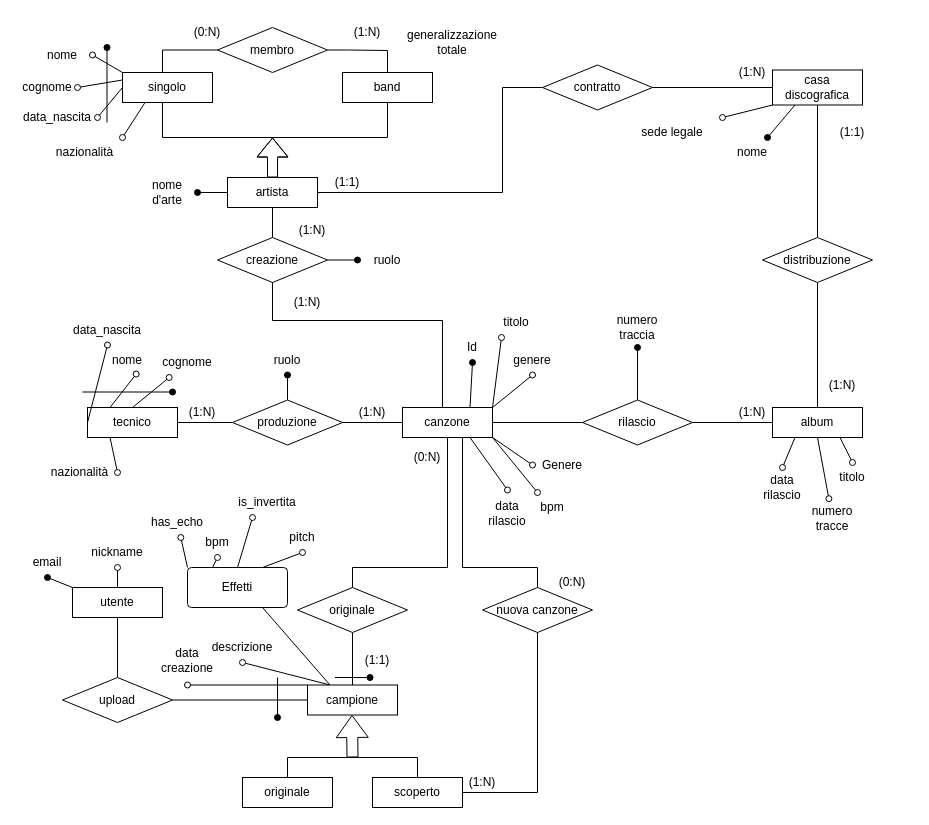
Stef4noo/materiale-progetto-basi keeps this draw.io diagram as diagramma er.drawio. Above is the earlier version. Source tidied: cells renumbered, new cells numbered last; positions are measured from the earlier drawing's top-left corner, leaving out a move shared by most shapes. Both pictures are drawn from the tidied source at 100%, with x=0, y=0 at pixel (17, 17).
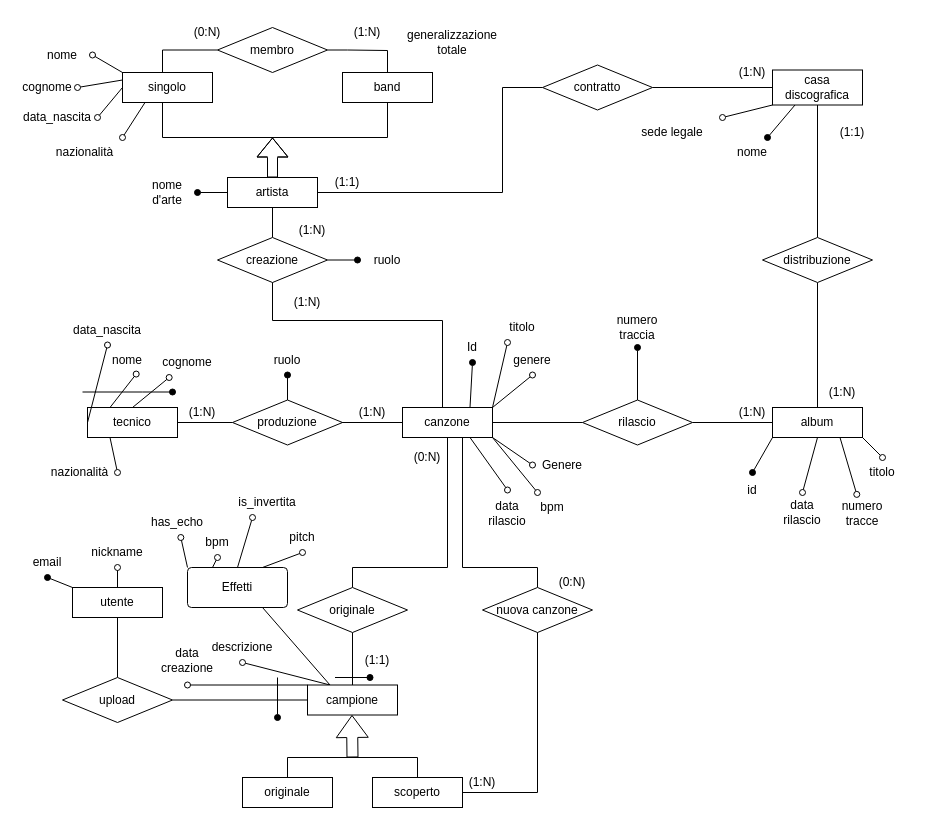
After the change.

The change refers to these unchanged cells:
```xml
<mxCell id="12" value="&lt;div&gt;album&lt;/div&gt;" style="whiteSpace=wrap;html=1;align=center;labelBackgroundColor=none;" parent="1" vertex="1">
  <mxGeometry x="755" y="390" width="90" height="30" as="geometry" />
</mxCell>
```

What changed in the source:
```diff
@@
-    <mxCell id="9" style="rounded=0;jettySize=auto;html=1;exitX=0.25;exitY=1;exitDx=0;exitDy=0;entryX=0.5;entryY=0;entryDx=0;entryDy=0;endArrow=oval;endFill=0;" parent="1" edge="1" source="12" target="119">
+    <mxCell id="9" style="rounded=0;jettySize=auto;html=1;exitX=0.5;exitY=1;exitDx=0;exitDy=0;entryX=0.5;entryY=0;entryDx=0;entryDy=0;endArrow=oval;endFill=0;" parent="1" edge="1" source="12" target="119">
       <mxGeometry relative="1" as="geometry" />
     </mxCell>
-    <mxCell id="10" style="rounded=0;jettySize=auto;html=1;exitX=0.75;exitY=1;exitDx=0;exitDy=0;entryX=0.5;entryY=0;entryDx=0;entryDy=0;endArrow=oval;endFill=0;" parent="1" edge="1" source="12" target="120">
+    <mxCell id="10" style="rounded=0;jettySize=auto;html=1;exitX=1;exitY=1;exitDx=0;exitDy=0;entryX=0.5;entryY=0;entryDx=0;entryDy=0;endArrow=oval;endFill=0;" parent="1" edge="1" source="12" target="120">
       <mxGeometry relative="1" as="geometry" />
     </mxCell>
-    <mxCell id="11" style="rounded=0;jettySize=auto;html=1;exitX=0.5;exitY=1;exitDx=0;exitDy=0;endArrow=oval;endFill=0;" parent="1" edge="1" source="12" target="127">
+    <mxCell id="11" style="rounded=0;jettySize=auto;html=1;exitX=0.75;exitY=1;exitDx=0;exitDy=0;endArrow=oval;endFill=0;" parent="1" edge="1" source="12" target="127">
       <mxGeometry relative="1" as="geometry" />
     </mxCell>
+    <mxCell id="128" style="rounded=0;jettySize=auto;html=1;exitX=0;exitY=1;exitDx=0;exitDy=0;endArrow=oval;endFill=1;entryX=0.5;entryY=0;entryDx=0;entryDy=0;" parent="1" edge="1" source="12" target="129">
+      <mxGeometry relative="1" as="geometry" />
+    </mxCell>
@@
     <mxCell id="78" value="(1:N)" style="text;html=1;whiteSpace=wrap;strokeColor=none;fillColor=none;align=center;verticalAlign=middle;rounded=0;" parent="1" vertex="1">
-      <mxGeometry x="795" y="352.5" width="60" height="30" as="geometry" />
+      <mxGeometry x="795" y="360" width="60" height="30" as="geometry" />
     </mxCell>
@@
     <mxCell id="99" value="titolo" style="text;html=1;whiteSpace=wrap;strokeColor=none;fillColor=none;align=center;verticalAlign=middle;rounded=0;" parent="1" vertex="1">
-      <mxGeometry x="469" y="290" width="60" height="30" as="geometry" />
+      <mxGeometry x="475" y="295" width="60" height="30" as="geometry" />
     </mxCell>
@@
     <mxCell id="119" value="data rilascio" style="text;html=1;whiteSpace=wrap;strokeColor=none;fillColor=none;align=center;verticalAlign=middle;rounded=0;" parent="1" vertex="1">
-      <mxGeometry x="735" y="450" width="60" height="40" as="geometry" />
+      <mxGeometry x="755" y="475" width="60" height="40" as="geometry" />
     </mxCell>
     <mxCell id="120" value="titolo" style="text;html=1;whiteSpace=wrap;strokeColor=none;fillColor=none;align=center;verticalAlign=middle;rounded=0;" parent="1" vertex="1">
-      <mxGeometry x="805" y="445" width="60" height="30" as="geometry" />
+      <mxGeometry x="835" y="440" width="60" height="30" as="geometry" />
     </mxCell>
@@
-    <mxCell id="125" style="rounded=0;orthogonalLoop=1;jettySize=auto;html=1;startArrow=oval;startFill=1;endArrow=none;endFill=0;" parent="1" edge="1">
-      <mxGeometry relative="1" as="geometry">
-        <mxPoint x="89.5" y="30" as="sourcePoint" />
-        <mxPoint x="89.5" y="105" as="targetPoint" />
-      </mxGeometry>
-    </mxCell>
@@
     <mxCell id="127" value="&lt;div&gt;numero&lt;/div&gt;&lt;div&gt;tracce&lt;/div&gt;" style="text;html=1;whiteSpace=wrap;strokeColor=none;fillColor=none;align=center;verticalAlign=middle;rounded=0;" parent="1" vertex="1">
-      <mxGeometry x="785" y="481.2" width="60" height="38.8" as="geometry" />
+      <mxGeometry x="815" y="476.9" width="60" height="38.8" as="geometry" />
     </mxCell>
+    <mxCell id="129" value="id" style="text;html=1;whiteSpace=wrap;strokeColor=none;fillColor=none;align=center;verticalAlign=middle;rounded=0;" parent="1" vertex="1">
+      <mxGeometry x="705" y="455" width="60" height="35" as="geometry" />
+    </mxCell>
```
